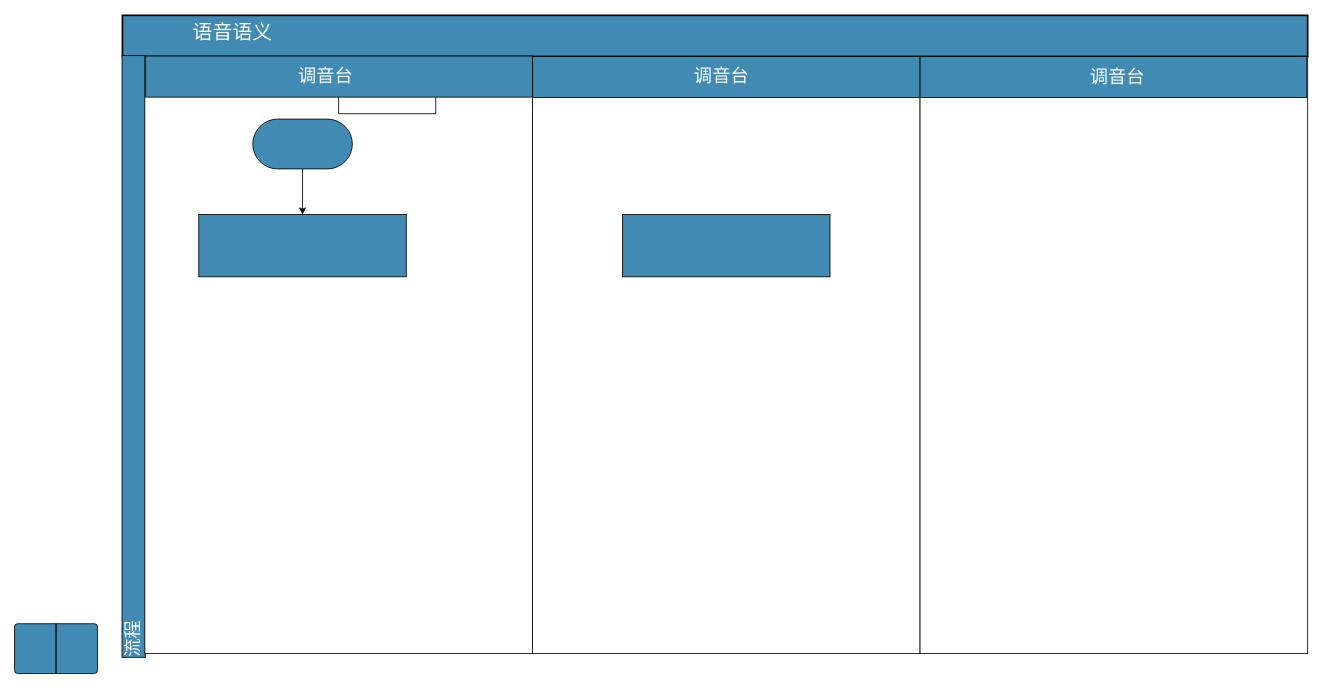
Above: Untitled Diagram.drawio in furan319/mygit (draw.io), before the change. Source tidied: cells renumbered, new cells numbered last; positions are measured from the earlier drawing's top-left corner, leaving out a move shared by most shapes. Both pictures are drawn from the tidied source at 83%, with x=0, y=0 at pixel (-168, 15).
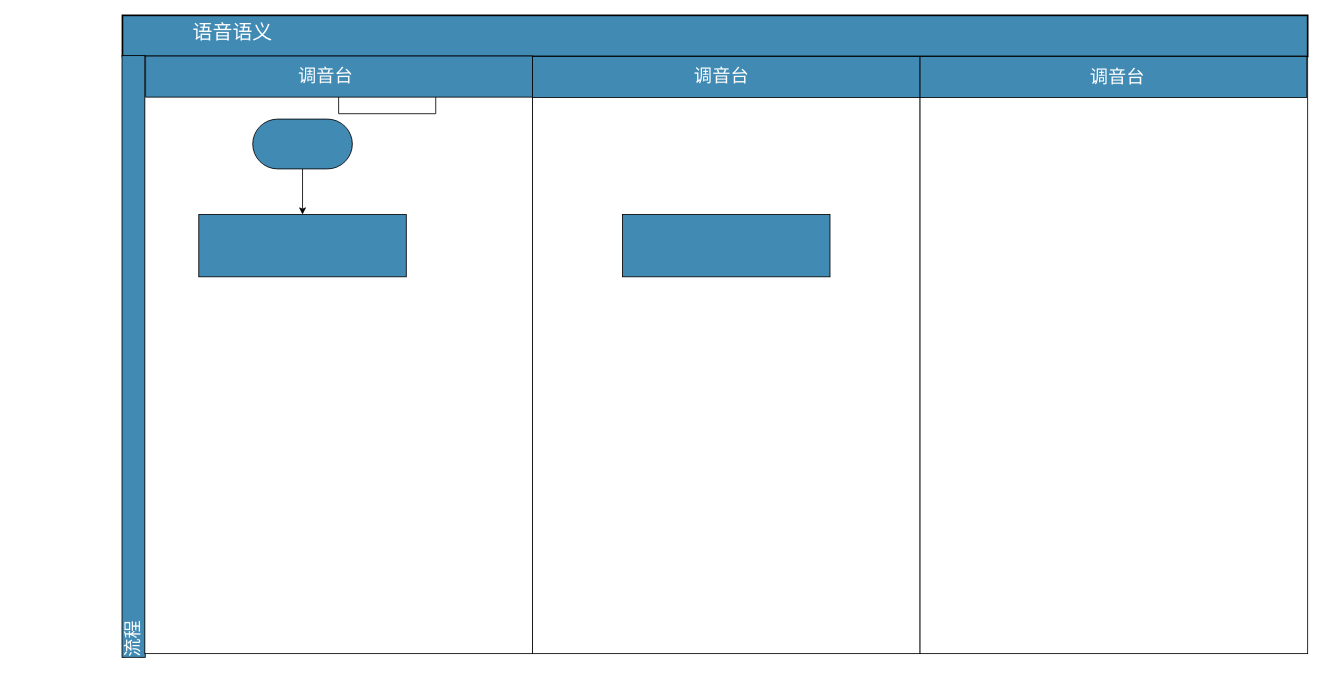
The same page after the edit.

The edit, as a diff of the source:
```diff
@@
-    <mxCell id="20" style="verticalLabelPosition=bottom;verticalAlign=top;html=1;shape=process;whiteSpace=wrap;rounded=1;size=0.5;arcSize=6;glass=0;fontSize=22;fontColor=#ffffff;strokeColor=#000000;strokeWidth=1;fillColor=#418ab3;gradientColor=none;align=center;" parent="1" vertex="1">
-      <mxGeometry x="219" y="733" width="100" height="60" as="geometry" />
-    </mxCell>
```
